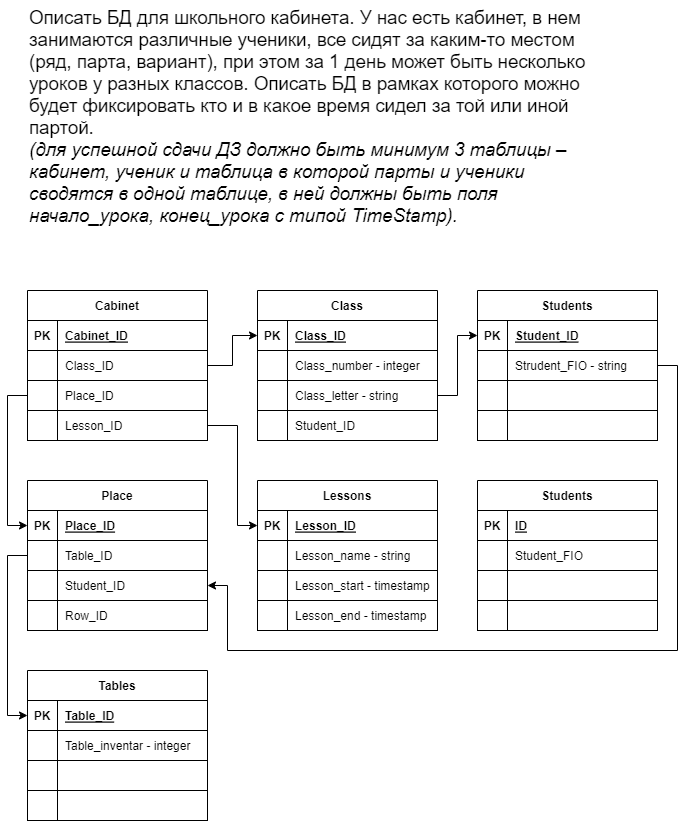
The draw.io diagram DZ3.drawio.png in kimstrong/Work_with_DB, before a commit. Source tidied: cells renumbered, new cells last; positions are measured from the earlier drawing's top-left corner, leaving out a move shared by most shapes.
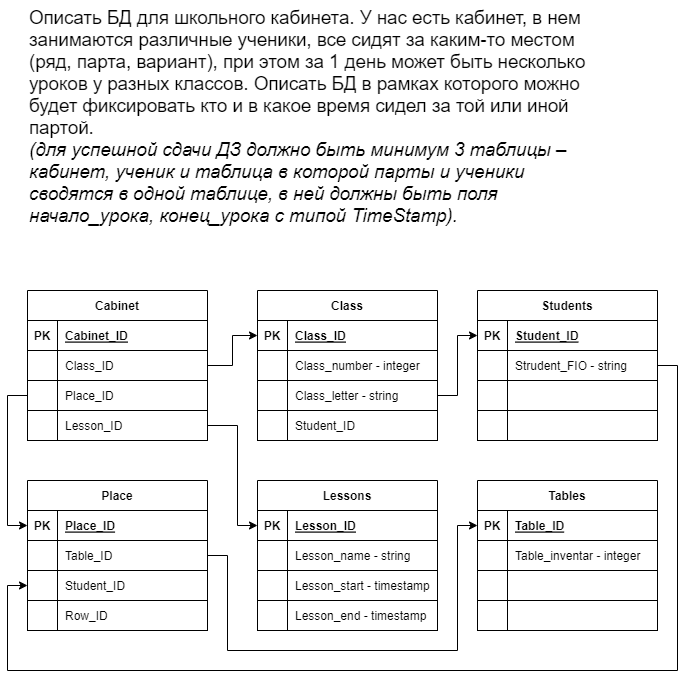
After the commit.

What changed in the source:
```diff
@@ -86,13 +86,13 @@
     <mxCell id="29" value="Student_ID" style="shape=partialRectangle;fillColor=none;top=0;left=0;bottom=0;right=0;align=left;spacingLeft=6;overflow=hidden;" parent="27" vertex="1">
       <mxGeometry x="30" width="150" height="30" as="geometry" />
     </mxCell>
-    <mxCell id="30" style="edgeStyle=orthogonalEdgeStyle;rounded=0;jettySize=auto;html=1;entryX=1;entryY=0.5;entryDx=0;entryDy=0;exitX=1;exitY=0.5;exitDx=0;exitDy=0;" parent="1" edge="1" source="35" target="52">
+    <mxCell id="30" style="edgeStyle=orthogonalEdgeStyle;rounded=0;jettySize=auto;html=1;entryX=0;entryY=0.5;entryDx=0;entryDy=0;exitX=1;exitY=0.5;exitDx=0;exitDy=0;" parent="1" edge="1" source="35" target="52">
       <mxGeometry relative="1" as="geometry">
         <Array as="points">
           <mxPoint x="650" y="365" />
-          <mxPoint x="650" y="650" />
-          <mxPoint x="200" y="650" />
-          <mxPoint x="200" y="585" />
+          <mxPoint x="650" y="670" />
+          <mxPoint x="-20" y="670" />
+          <mxPoint x="-20" y="585" />
         </Array>
       </mxGeometry>
     </mxCell>
@@ -135,8 +135,15 @@
     <mxCell id="43" style="shape=partialRectangle;fillColor=none;top=0;left=0;bottom=0;right=0;align=left;spacingLeft=6;overflow=hidden;" parent="41" vertex="1">
       <mxGeometry x="30" width="150" height="30" as="geometry" />
     </mxCell>
-    <mxCell id="44" style="edgeStyle=orthogonalEdgeStyle;rounded=0;jettySize=auto;html=1;entryX=0;entryY=0.5;entryDx=0;entryDy=0;exitX=0;exitY=0.5;exitDx=0;exitDy=0;" parent="1" edge="1" source="49" target="88">
-      <mxGeometry relative="1" as="geometry" />
+    <mxCell id="44" style="edgeStyle=orthogonalEdgeStyle;rounded=0;jettySize=auto;html=1;entryX=0;entryY=0.5;entryDx=0;entryDy=0;exitX=1;exitY=0.5;exitDx=0;exitDy=0;" parent="1" edge="1" source="49" target="88">
+      <mxGeometry relative="1" as="geometry">
+        <Array as="points">
+          <mxPoint x="200" y="555" />
+          <mxPoint x="200" y="650" />
+          <mxPoint x="430" y="650" />
+          <mxPoint x="430" y="525" />
+        </Array>
+      </mxGeometry>
     </mxCell>
     <mxCell id="45" value="Place" style="shape=table;startSize=30;rowLines=0;fontStyle=1;align=center;swimlaneLine=1;" parent="1" vertex="1">
       <mxGeometry y="480" width="180" height="150" as="geometry" />
@@ -216,45 +223,6 @@
     <mxCell id="70" value="Lesson_end - timestamp" style="shape=partialRectangle;fillColor=none;top=0;left=0;bottom=0;right=0;align=left;spacingLeft=6;overflow=hidden;" parent="68" vertex="1">
       <mxGeometry x="30" width="150" height="30" as="geometry" />
     </mxCell>
-    <mxCell id="71" value="Students" style="shape=table;startSize=30;rowLines=0;fontStyle=1;align=center;swimlaneLine=1;" parent="1" vertex="1">
-      <mxGeometry x="450" y="480" width="180" height="150" as="geometry" />
-    </mxCell>
-    <mxCell id="72" style="shape=tableRow;horizontal=0;startSize=0;swimlaneHead=0;swimlaneBody=0;fillColor=none;top=0;left=0;right=0;bottom=1;" parent="71" vertex="1">
-      <mxGeometry y="30" width="180" height="30" as="geometry" />
-    </mxCell>
-    <mxCell id="73" value="PK" style="shape=partialRectangle;fillColor=none;top=0;left=0;bottom=0;right=0;fontStyle=1;overflow=hidden;" parent="72" vertex="1">
-      <mxGeometry width="30" height="30" as="geometry" />
-    </mxCell>
-    <mxCell id="74" value="ID" style="shape=partialRectangle;fillColor=none;top=0;left=0;bottom=0;right=0;align=left;spacingLeft=6;fontStyle=5;overflow=hidden;" parent="72" vertex="1">
-      <mxGeometry x="30" width="150" height="30" as="geometry" />
-    </mxCell>
-    <mxCell id="75" style="shape=tableRow;horizontal=0;startSize=0;swimlaneHead=0;swimlaneBody=0;fillColor=none;top=0;left=0;right=0;bottom=0;" parent="71" vertex="1">
-      <mxGeometry y="60" width="180" height="30" as="geometry" />
-    </mxCell>
-    <mxCell id="76" style="shape=partialRectangle;fillColor=none;top=0;left=0;bottom=0;right=0;overflow=hidden;" parent="75" vertex="1">
-      <mxGeometry width="30" height="30" as="geometry" />
-    </mxCell>
-    <mxCell id="77" value="Student_FIO" style="shape=partialRectangle;fillColor=none;top=0;left=0;bottom=0;right=0;align=left;spacingLeft=6;overflow=hidden;" parent="75" vertex="1">
-      <mxGeometry x="30" width="150" height="30" as="geometry" />
-    </mxCell>
-    <mxCell id="78" style="shape=tableRow;horizontal=0;startSize=0;swimlaneHead=0;swimlaneBody=0;fillColor=none;top=0;left=0;right=0;bottom=0;" parent="71" vertex="1">
-      <mxGeometry y="90" width="180" height="30" as="geometry" />
-    </mxCell>
-    <mxCell id="79" style="shape=partialRectangle;fillColor=none;top=0;left=0;bottom=0;right=0;overflow=hidden;" parent="78" vertex="1">
-      <mxGeometry width="30" height="30" as="geometry" />
-    </mxCell>
-    <mxCell id="80" style="shape=partialRectangle;fillColor=none;top=0;left=0;bottom=0;right=0;align=left;spacingLeft=6;overflow=hidden;" parent="78" vertex="1">
-      <mxGeometry x="30" width="150" height="30" as="geometry" />
-    </mxCell>
-    <mxCell id="81" style="shape=tableRow;horizontal=0;startSize=0;swimlaneHead=0;swimlaneBody=0;fillColor=none;top=0;left=0;right=0;bottom=0;" parent="71" vertex="1">
-      <mxGeometry y="120" width="180" height="30" as="geometry" />
-    </mxCell>
-    <mxCell id="82" style="shape=partialRectangle;fillColor=none;top=0;left=0;bottom=0;right=0;overflow=hidden;" parent="81" vertex="1">
-      <mxGeometry width="30" height="30" as="geometry" />
-    </mxCell>
-    <mxCell id="83" style="shape=partialRectangle;fillColor=none;top=0;left=0;bottom=0;right=0;align=left;spacingLeft=6;overflow=hidden;" parent="81" vertex="1">
-      <mxGeometry x="30" width="150" height="30" as="geometry" />
-    </mxCell>
     <mxCell id="84" style="edgeStyle=orthogonalEdgeStyle;rounded=0;jettySize=auto;html=1;entryX=0;entryY=0.5;entryDx=0;entryDy=0;" parent="1" edge="1" source="11" target="46">
       <mxGeometry relative="1" as="geometry" />
     </mxCell>
@@ -270,7 +238,7 @@
       </mxGeometry>
     </mxCell>
     <mxCell id="87" value="Tables" style="shape=table;startSize=30;rowLines=0;fontStyle=1;align=center;swimlaneLine=1;" parent="1" vertex="1">
-      <mxGeometry y="670" width="180" height="150" as="geometry" />
+      <mxGeometry x="450" y="480" width="180" height="150" as="geometry" />
     </mxCell>
     <mxCell id="88" style="shape=tableRow;horizontal=0;startSize=0;swimlaneHead=0;swimlaneBody=0;fillColor=none;points=[[0,0.5],[1,0.5]];portConstraint=eastwest;top=0;left=0;right=0;bottom=1;" parent="87" vertex="1">
       <mxGeometry y="30" width="180" height="30" as="geometry" />
```
